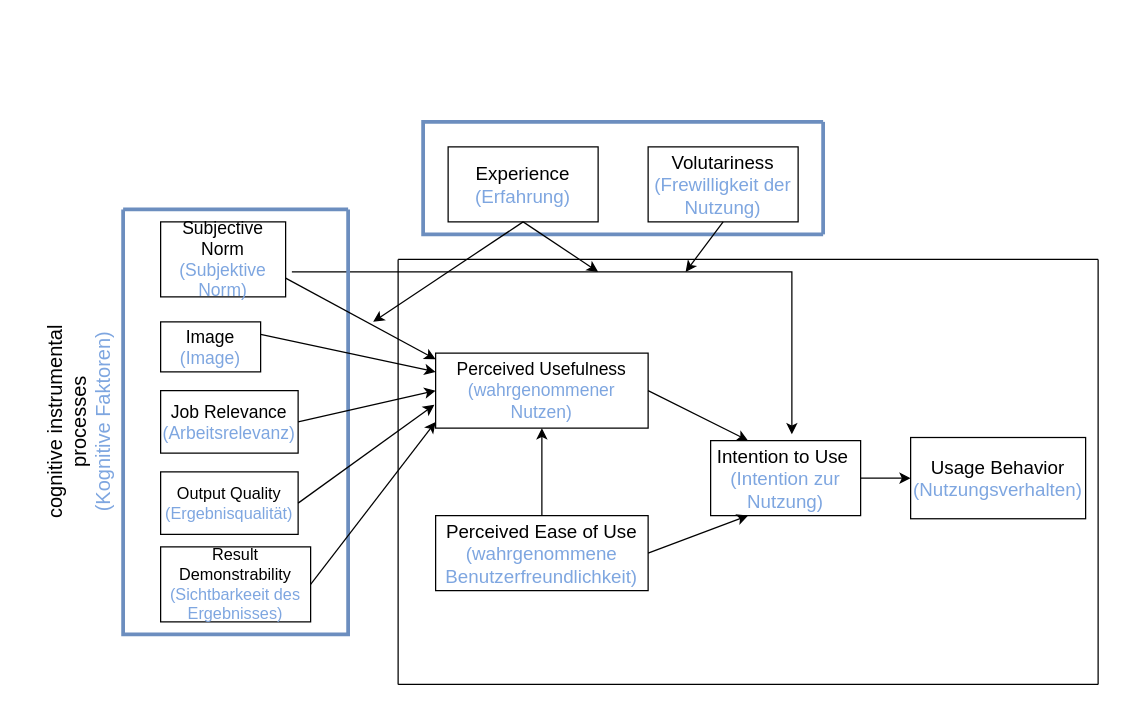
Above: TAM2.drawio in Brouny09/Web_Programming (draw.io), before the change. Source tidied: cells renumbered, new cells numbered last; positions are measured from the earlier drawing's top-left corner, leaving out a move shared by most shapes. Both pictures are drawn from the tidied source at 125%, with x=0, y=0 at pixel (-52, -22).
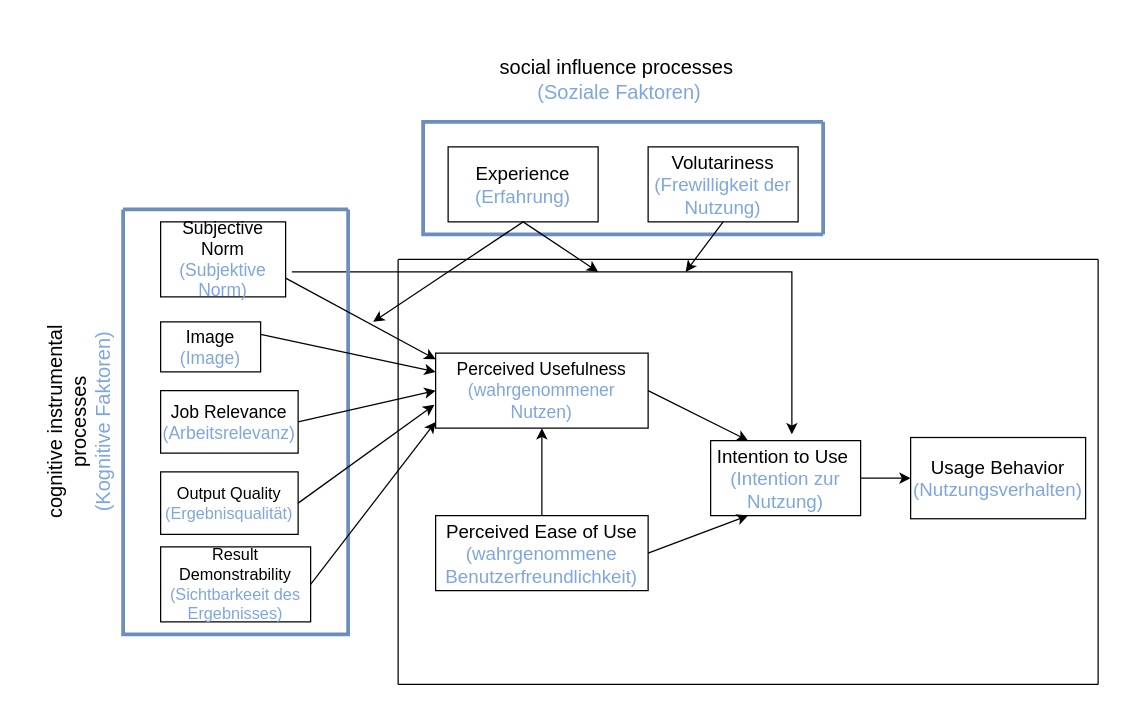
The same page after the edit.

Change to the diagram source:
```diff
@@
+    <mxCell id="33" value="&lt;div&gt;&lt;span style=&quot;font-size: 16px;&quot;&gt;social influence processes&lt;/span&gt;&lt;/div&gt;&lt;div&gt;&lt;span style=&quot;font-size: 16px;&quot;&gt;&amp;nbsp;&lt;/span&gt;&lt;span style=&quot;font-size: 16px; color: rgb(126, 166, 224);&quot;&gt;(Soziale Faktoren)&lt;/span&gt;&lt;br&gt;&lt;/div&gt;" style="text;html=1;align=center;verticalAlign=middle;whiteSpace=wrap;rounded=0;rotation=0;" parent="1" vertex="1">
+      <mxGeometry x="430" y="35" width="210" height="92.5" as="geometry" />
+    </mxCell>
```
